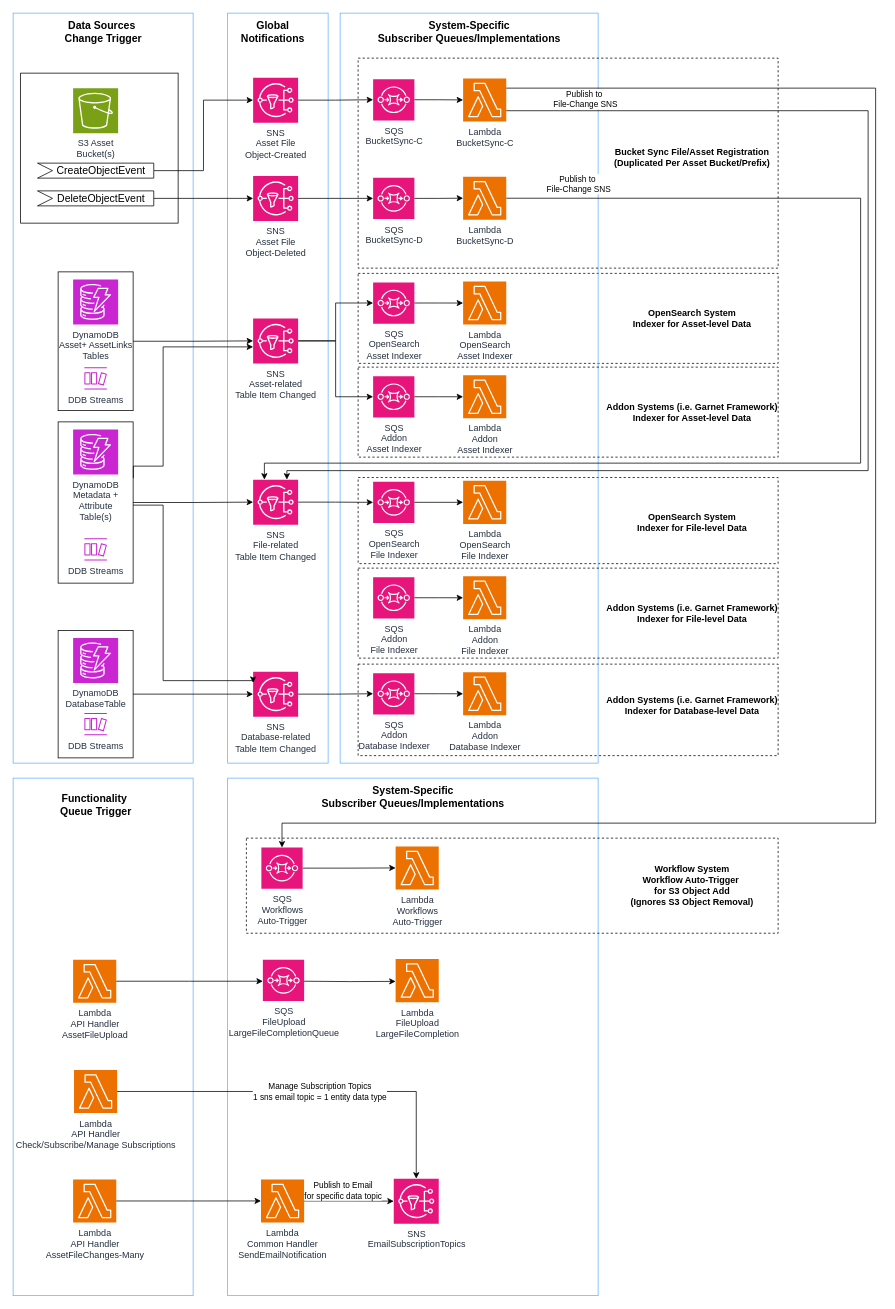
Earlier version of the draw.io diagram documentation/diagrams/source/drawio/dataQueues_MainFlow.drawio (awslabs/visual-asset-management-system). Source tidied: cells renumbered, new cells numbered last; positions are measured from the earlier drawing's top-left corner, leaving out a move shared by most shapes. Both pictures are drawn from the tidied source at 75%, with x=0, y=0 at pixel (13, 13).
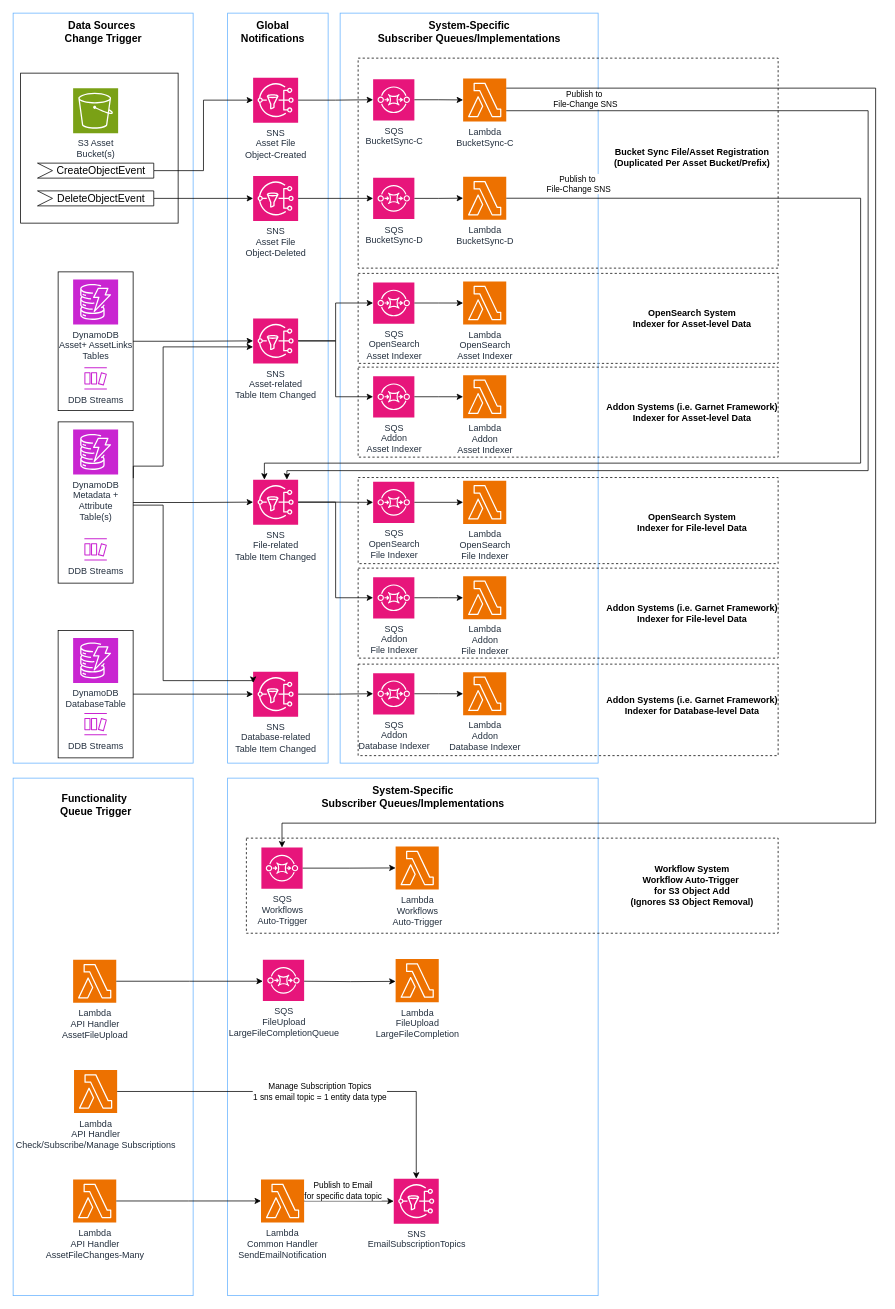
Above is the later version.

The change refers to these unchanged cells:
```xml
<mxCell id="26" value="SNS&lt;div&gt;File-related&lt;/div&gt;&lt;div&gt;Table Item Changed&lt;/div&gt;" style="sketch=0;points=[[0,0,0],[0.25,0,0],[0.5,0,0],[0.75,0,0],[1,0,0],[0,1,0],[0.25,1,0],[0.5,1,0],[0.75,1,0],[1,1,0],[0,0.25,0],[0,0.5,0],[0,0.75,0],[1,0.25,0],[1,0.5,0],[1,0.75,0]];outlineConnect=0;fontColor=#232F3E;fillColor=#E7157B;strokeColor=#ffffff;dashed=0;verticalLabelPosition=bottom;verticalAlign=top;align=center;html=1;fontSize=12;fontStyle=0;shape=mxgraph.aws4.resourceIcon;resIcon=mxgraph.aws4.sns;" parent="1" vertex="1">
  <mxGeometry x="320" y="622" width="60" height="60" as="geometry" />
</mxCell>
<mxCell id="42" value="SQS&lt;div&gt;OpenSearch&lt;/div&gt;&lt;div&gt;File Indexer&lt;/div&gt;" style="sketch=0;points=[[0,0,0],[0.25,0,0],[0.5,0,0],[0.75,0,0],[1,0,0],[0,1,0],[0.25,1,0],[0.5,1,0],[0.75,1,0],[1,1,0],[0,0.25,0],[0,0.5,0],[0,0.75,0],[1,0.25,0],[1,0.5,0],[1,0.75,0]];outlineConnect=0;fontColor=#232F3E;fillColor=#E7157B;strokeColor=#ffffff;dashed=0;verticalLabelPosition=bottom;verticalAlign=top;align=center;html=1;fontSize=12;fontStyle=0;shape=mxgraph.aws4.resourceIcon;resIcon=mxgraph.aws4.sqs;" parent="1" vertex="1">
  <mxGeometry x="480" y="624.8" width="55" height="55" as="geometry" />
</mxCell>
<mxCell id="96" value="SQS&lt;div&gt;Addon&lt;/div&gt;&lt;div&gt;File Indexer&lt;/div&gt;" style="sketch=0;points=[[0,0,0],[0.25,0,0],[0.5,0,0],[0.75,0,0],[1,0,0],[0,1,0],[0.25,1,0],[0.5,1,0],[0.75,1,0],[1,1,0],[0,0.25,0],[0,0.5,0],[0,0.75,0],[1,0.25,0],[1,0.5,0],[1,0.75,0]];outlineConnect=0;fontColor=#232F3E;fillColor=#E7157B;strokeColor=#ffffff;dashed=0;verticalLabelPosition=bottom;verticalAlign=top;align=center;html=1;fontSize=12;fontStyle=0;shape=mxgraph.aws4.resourceIcon;resIcon=mxgraph.aws4.sqs;" parent="1" vertex="1">
  <mxGeometry x="480" y="752" width="55" height="55" as="geometry" />
</mxCell>
```

The edit, as a diff of the source:
```diff
@@
     <mxCell id="87" style="edgeStyle=orthogonalEdgeStyle;rounded=0;jettySize=auto;html=1;entryX=0;entryY=0.5;entryDx=0;entryDy=0;entryPerimeter=0;" parent="1" edge="1" source="26" target="42">
-      <mxGeometry relative="1" as="geometry" />
+      <mxGeometry relative="1" as="geometry">
+        <Array as="points">
+          <mxPoint x="430" y="652" />
+          <mxPoint x="430" y="652" />
+        </Array>
+      </mxGeometry>
     </mxCell>
@@
+    <mxCell id="100" style="edgeStyle=orthogonalEdgeStyle;rounded=0;jettySize=auto;html=1;entryX=0;entryY=0.5;entryDx=0;entryDy=0;entryPerimeter=0;" parent="1" edge="1" source="26" target="96">
+      <mxGeometry relative="1" as="geometry" />
+    </mxCell>
```
